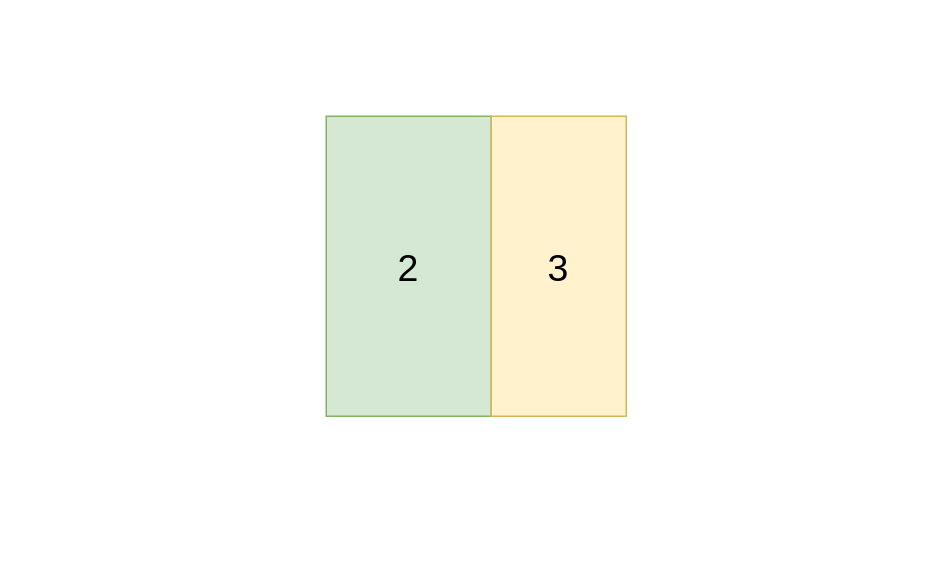
antsmallant/MyDraw keeps this draw.io diagram as bigworld-load-balance-cell-split-2-adjust.drawio. Above is the earlier version. Source tidied: cells renumbered, new cells numbered last; positions are measured from the earlier drawing's top-left corner, leaving out a move shared by most shapes. Both pictures are drawn from the tidied source at 150%, with x=0, y=0 at pixel (326, 116).
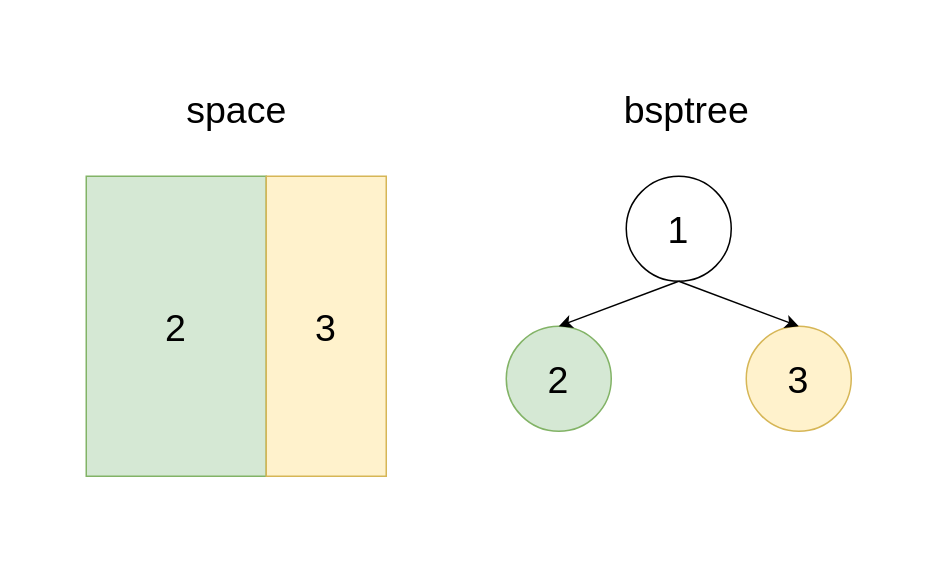
The same diagram, later.

What changed in the source:
```diff
@@
 <mxGraphModel>
   <root>
     <mxCell id="0" />
     <mxCell id="1" parent="0" />
     <mxCell id="2" value="2" style="rounded=0;whiteSpace=wrap;html=1;fillColor=#d5e8d4;strokeColor=#82b366;fontSize=25;" parent="1" vertex="1">
-      <mxGeometry width="110" height="200" as="geometry" />
+      <mxGeometry x="-160" y="40" width="120" height="200" as="geometry" />
     </mxCell>
     <mxCell id="3" value="3" style="rounded=0;whiteSpace=wrap;html=1;fillColor=#fff2cc;strokeColor=#d6b656;fontSize=25;" parent="1" vertex="1">
-      <mxGeometry x="110" width="90" height="200" as="geometry" />
+      <mxGeometry x="-40" y="40" width="80" height="200" as="geometry" />
     </mxCell>
+    <mxCell id="4" value="space" style="text;html=1;align=center;verticalAlign=middle;strokeColor=none;fillColor=none;fontSize=25;" parent="1" vertex="1">
+      <mxGeometry x="-105" y="-25" width="90" height="40" as="geometry" />
+    </mxCell>
+    <mxCell id="5" value="1" style="ellipse;whiteSpace=wrap;html=1;fontSize=25;" parent="1" vertex="1">
+      <mxGeometry x="200" y="40" width="70" height="70" as="geometry" />
+    </mxCell>
+    <mxCell id="6" value="bsptree" style="text;html=1;align=center;verticalAlign=middle;strokeColor=none;fillColor=none;fontSize=25;" parent="1" vertex="1">
+      <mxGeometry x="185" y="-25" width="110" height="40" as="geometry" />
+    </mxCell>
+    <mxCell id="7" value="2" style="ellipse;whiteSpace=wrap;html=1;fontSize=25;fillColor=#d5e8d4;strokeColor=#82b366;" parent="1" vertex="1">
+      <mxGeometry x="120" y="140" width="70" height="70" as="geometry" />
+    </mxCell>
+    <mxCell id="8" value="3" style="ellipse;whiteSpace=wrap;html=1;fontSize=25;fillColor=#fff2cc;strokeColor=#d6b656;" parent="1" vertex="1">
+      <mxGeometry x="280" y="140" width="70" height="70" as="geometry" />
+    </mxCell>
+    <mxCell id="9" style="endArrow=classic;html=1;rounded=0;exitX=0.5;exitY=1;exitDx=0;exitDy=0;entryX=0.5;entryY=0;entryDx=0;entryDy=0;" parent="1" edge="1" source="5" target="7">
+      <mxGeometry relative="1" as="geometry" />
+    </mxCell>
+    <mxCell id="10" style="endArrow=classic;html=1;rounded=0;exitX=0.5;exitY=1;exitDx=0;exitDy=0;entryX=0.5;entryY=0;entryDx=0;entryDy=0;" parent="1" edge="1" source="5" target="8">
+      <mxGeometry relative="1" as="geometry" />
+    </mxCell>
+    <mxCell id="11" style="rounded=0;whiteSpace=wrap;html=1;fillColor=none;strokeColor=none;" parent="1" vertex="1">
+      <mxGeometry x="-200" y="-60" width="600" height="340" as="geometry" />
+    </mxCell>
   </root>
 </mxGraphModel>
```
